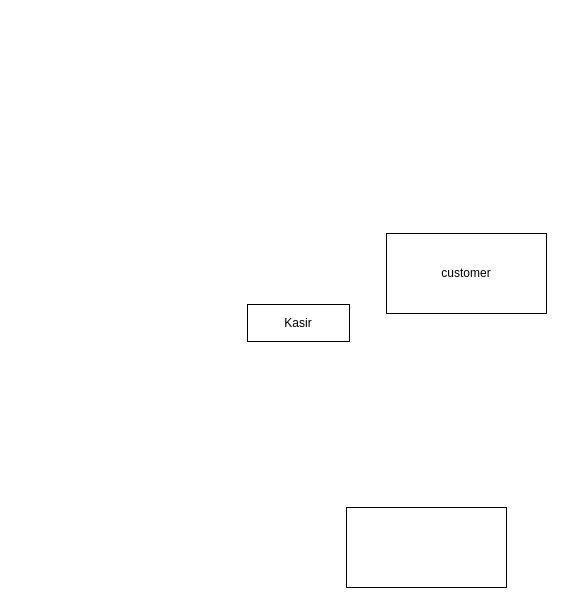
Before: Untitled Diagram.drawio in Alfindjoe/Alfindjoe, a draw.io diagram. Source tidied: cells renumbered, new cells numbered last; positions are measured from the earlier drawing's top-left corner, leaving out a move shared by most shapes. Both pictures are drawn from the tidied source at 100%, with x=0, y=0 at pixel (247, 233).
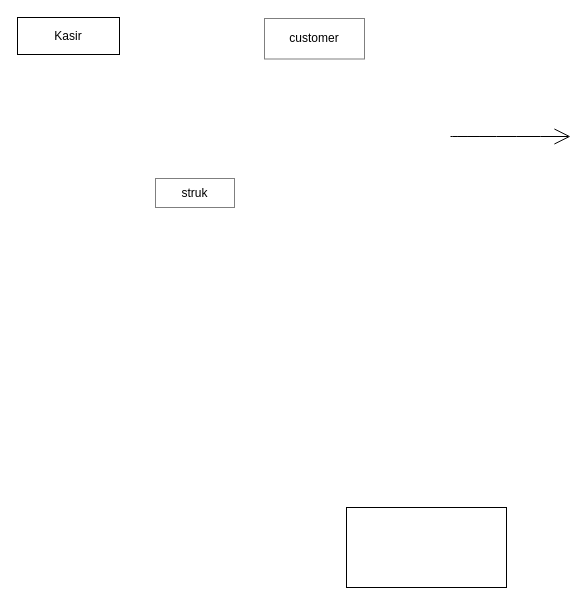
The same page after the edit.

What changed in the source:
```diff
@@
 <mxGraphModel>
   <root>
     <mxCell id="0" />
     <mxCell id="1" parent="0" />
     <mxCell id="2" value="Kasir" style="rounded=0;whiteSpace=wrap;html=1;hachureGap=4;" parent="1" vertex="1">
-      <mxGeometry y="71" width="102" height="37" as="geometry" />
+      <mxGeometry x="-230" y="-216" width="102" height="37" as="geometry" />
     </mxCell>
-    <mxCell id="3" value="customer" style="rounded=0;whiteSpace=wrap;html=1;hachureGap=4;" parent="1" vertex="1">
-      <mxGeometry x="139" width="160" height="80" as="geometry" />
+    <mxCell id="3" value="customer" style="rounded=0;whiteSpace=wrap;html=1;hachureGap=4;opacity=50;" parent="1" vertex="1">
+      <mxGeometry x="17" y="-215" width="100" height="40.5" as="geometry" />
     </mxCell>
     <mxCell id="4" style="rounded=0;whiteSpace=wrap;html=1;hachureGap=4;" parent="1" vertex="1">
       <mxGeometry x="99" y="274" width="160" height="80" as="geometry" />
     </mxCell>
+    <mxCell id="5" style="edgeStyle=none;orthogonalLoop=1;jettySize=auto;html=1;rounded=0;endArrow=open;startSize=14;endSize=14;sourcePerimeterSpacing=8;targetPerimeterSpacing=8;curved=1;" parent="1" edge="1">
+      <mxGeometry relative="1" as="geometry">
+        <mxPoint x="203" y="-97" as="sourcePoint" />
+        <mxPoint x="323" y="-97" as="targetPoint" />
+      </mxGeometry>
+    </mxCell>
+    <mxCell id="6" value="struk" style="whiteSpace=wrap;html=1;hachureGap=4;opacity=50;" parent="1" vertex="1">
+      <mxGeometry x="-92" y="-55" width="79" height="29" as="geometry" />
+    </mxCell>
   </root>
 </mxGraphModel>
```
